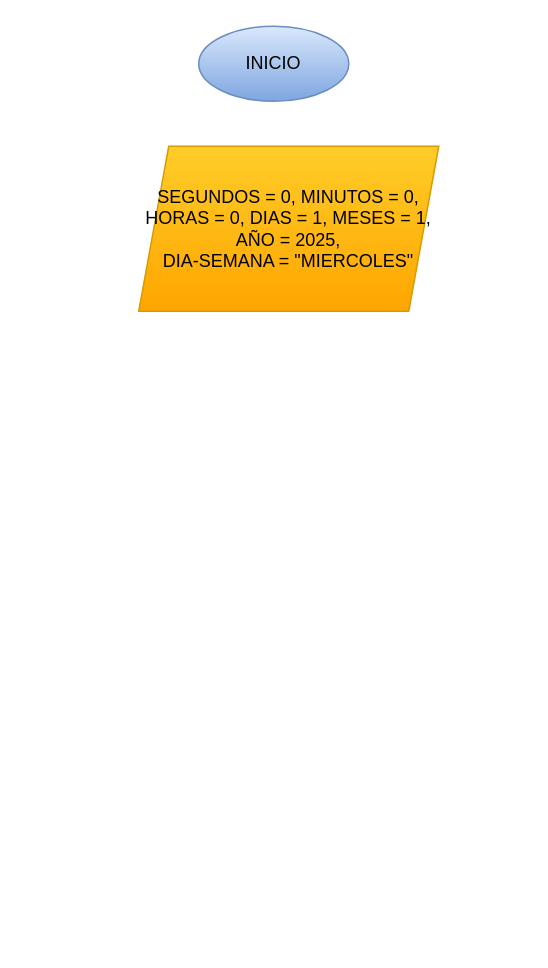
The draw.io diagram calendario.drawio in NahuelLV/Base-de-Datos, before the edit. Source tidied: cells renumbered, new cells numbered last; positions are measured from the earlier drawing's top-left corner, leaving out a move shared by most shapes. Both pictures are drawn from the tidied source at 150%, with x=0, y=0 at pixel (138, 26).
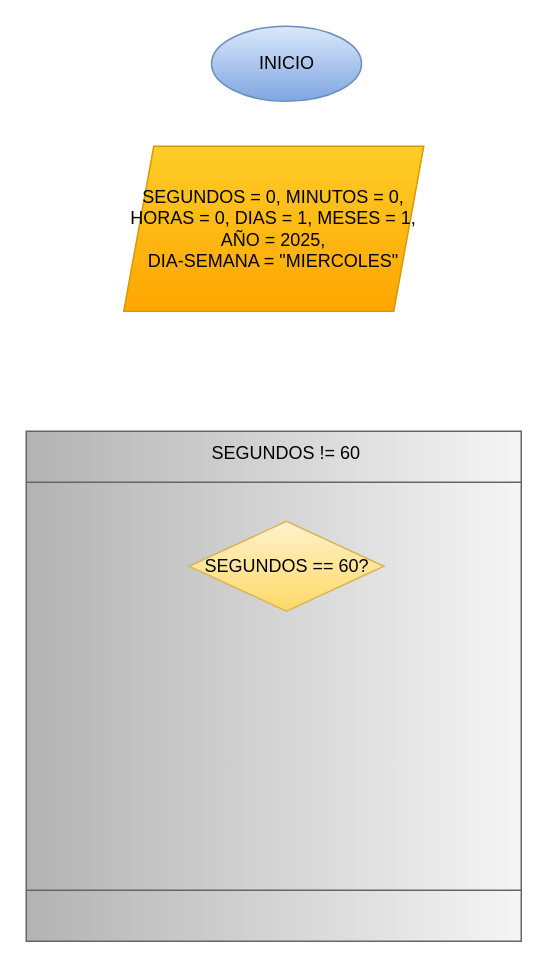
Above is the later version.

Diff of the diagram source:
```diff
@@
 <mxGraphModel>
   <root>
     <mxCell id="0" />
     <mxCell id="1" parent="0" />
     <mxCell id="2" value="INICIO" style="ellipse;whiteSpace=wrap;html=1;fillColor=#dae8fc;gradientColor=#7ea6e0;strokeColor=#6c8ebf;" parent="1" vertex="1">
-      <mxGeometry x="40" width="100" height="50" as="geometry" />
+      <mxGeometry x="48.5" width="100" height="50" as="geometry" />
     </mxCell>
     <mxCell id="3" value="SEGUNDOS = 0, MINUTOS = 0, HORAS = 0, DIAS = 1, MESES = 1, AÑO = 2025,&lt;div&gt;DIA-SEMANA = &quot;MIERCOLES&quot;&lt;/div&gt;" style="shape=parallelogram;perimeter=parallelogramPerimeter;whiteSpace=wrap;html=1;fixedSize=1;fillColor=#ffcd28;gradientColor=#ffa500;strokeColor=#d79b00;" parent="1" vertex="1">
-      <mxGeometry y="80" width="200" height="110" as="geometry" />
+      <mxGeometry x="-10" y="80" width="200" height="110" as="geometry" />
     </mxCell>
+    <mxCell id="4" style="shape=process;whiteSpace=wrap;html=1;backgroundOutline=1;direction=south;fillColor=#f5f5f5;gradientColor=#b3b3b3;strokeColor=#666666;" parent="1" vertex="1">
+      <mxGeometry x="-75" y="270" width="330" height="340" as="geometry" />
+    </mxCell>
+    <mxCell id="5" value="SEGUNDOS != 60" style="text;html=1;align=center;verticalAlign=middle;whiteSpace=wrap;rounded=0;" parent="1" vertex="1">
+      <mxGeometry x="36" y="270" width="125" height="30" as="geometry" />
+    </mxCell>
+    <mxCell id="6" value="SEGUNDOS == 60?" style="rhombus;whiteSpace=wrap;html=1;fillColor=#fff2cc;gradientColor=#ffd966;strokeColor=#d6b656;" parent="1" vertex="1">
+      <mxGeometry x="33.5" y="330" width="130" height="60" as="geometry" />
+    </mxCell>
   </root>
 </mxGraphModel>
```
